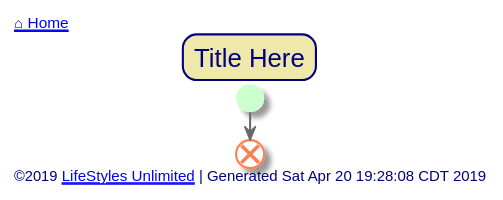
Earlier version of the PlantUML export out/src/common/name-here.svg (toddmo/lifestylesunlimited).
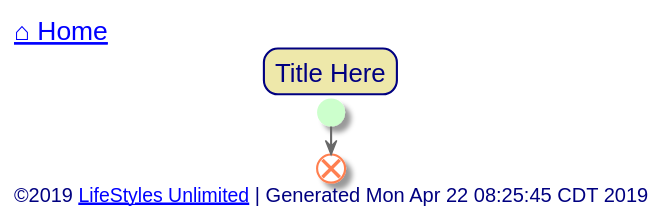
After the commit.

What changed in the source:
```diff
@@ -73,7 +73,7 @@
 
 
 left header
-	<font color=Navy>[[../index.svg ⌂ Home]]</font>
+	<font color=Navy size=18>[[../index.svg ⌂ Home]]</font>
 endheader
 
 
@@ -85,7 +85,7 @@
 
 
 left footer
-	©2019 [[http://www.lifestylesunlimited.com LifeStyles Unlimited]] | Generated Sat Apr 20 19:28:08 CDT 2019
+	<font size=14>©2019 [[http://www.lifestylesunlimited.com LifeStyles Unlimited]] | Generated Mon Apr 22 08:25:45 CDT 2019</font>
 endfooter
 
 
```
